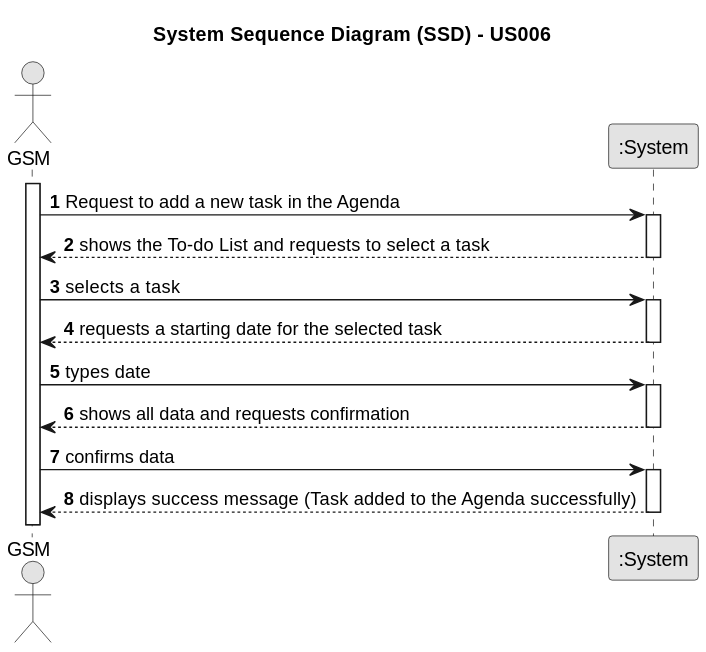
Above: docs/sprintC/us022/01.requirements-engineering/svg/us022-system-sequence-diagram-alternative-one.svg in ricardomm7/leaflink (PlantUML), before the change.
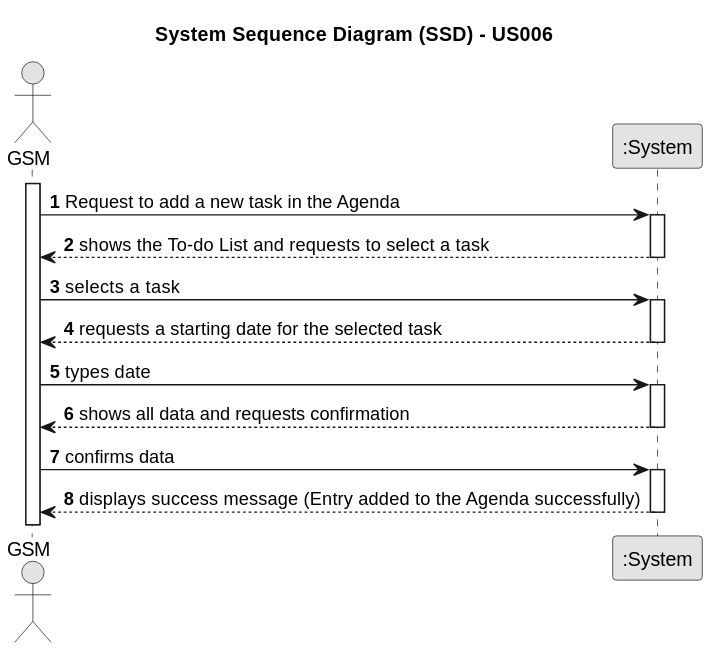
Later version of the same file.

The edit, as a diff of the source:
```diff
@@ -35,6 +35,6 @@
     GSM -> System : confirms data
     activate System
 
-        System --> GSM : displays success message (Task added to the Agenda successfully)
+        System --> GSM : displays success message (Entry added to the Agenda successfully)
     deactivate System
 @enduml
```
